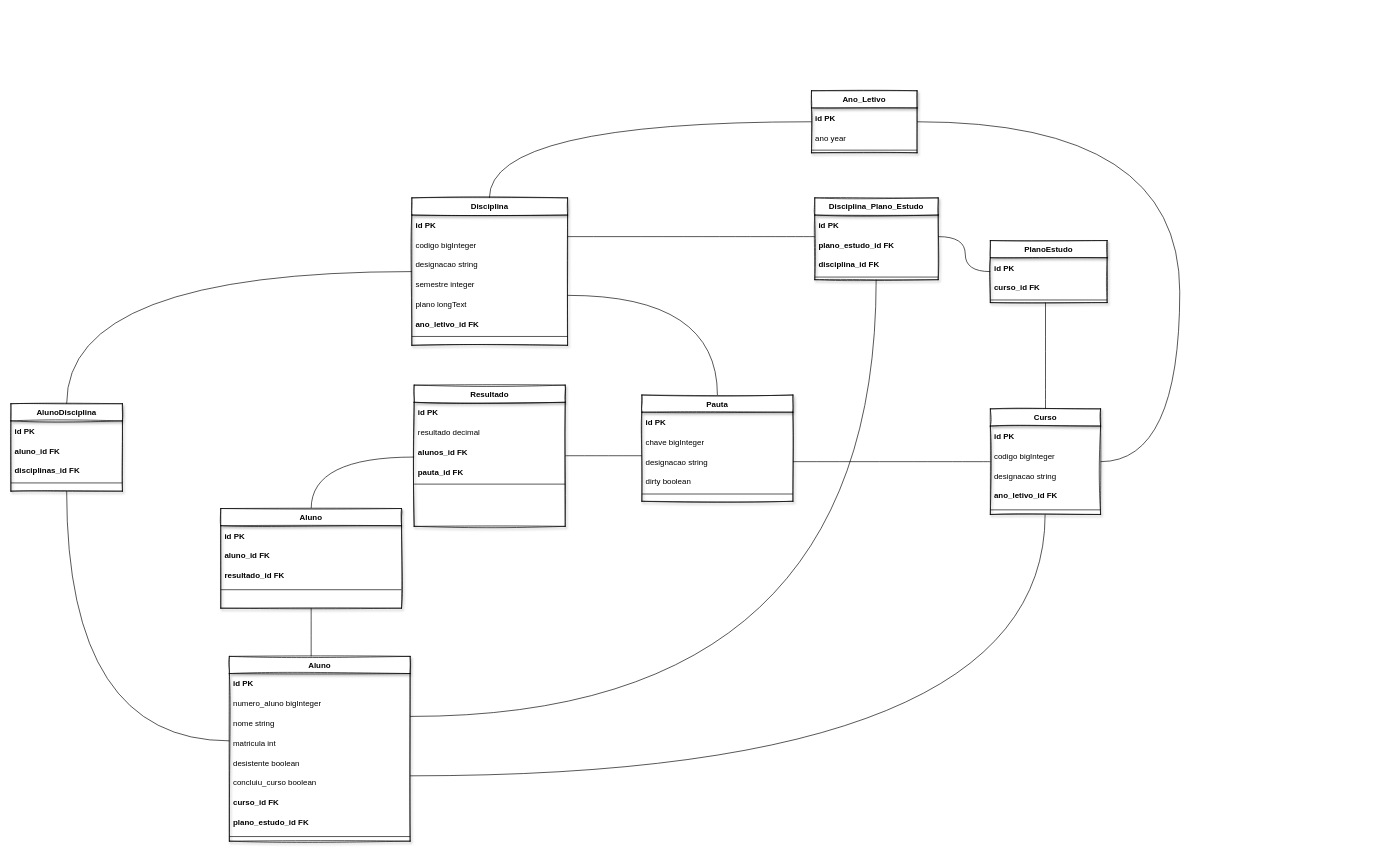
Before: page "DB" (2 of 2) of Docs/Diagrams.drawio in ruimpcastro/pweb2022, a draw.io diagram. Source tidied: cells renumbered, new cells numbered last; positions are measured from the earlier drawing's top-left corner, leaving out a move shared by most shapes. Both pictures are drawn from the tidied source at 66%, with x=0, y=0 at pixel (11, 90).
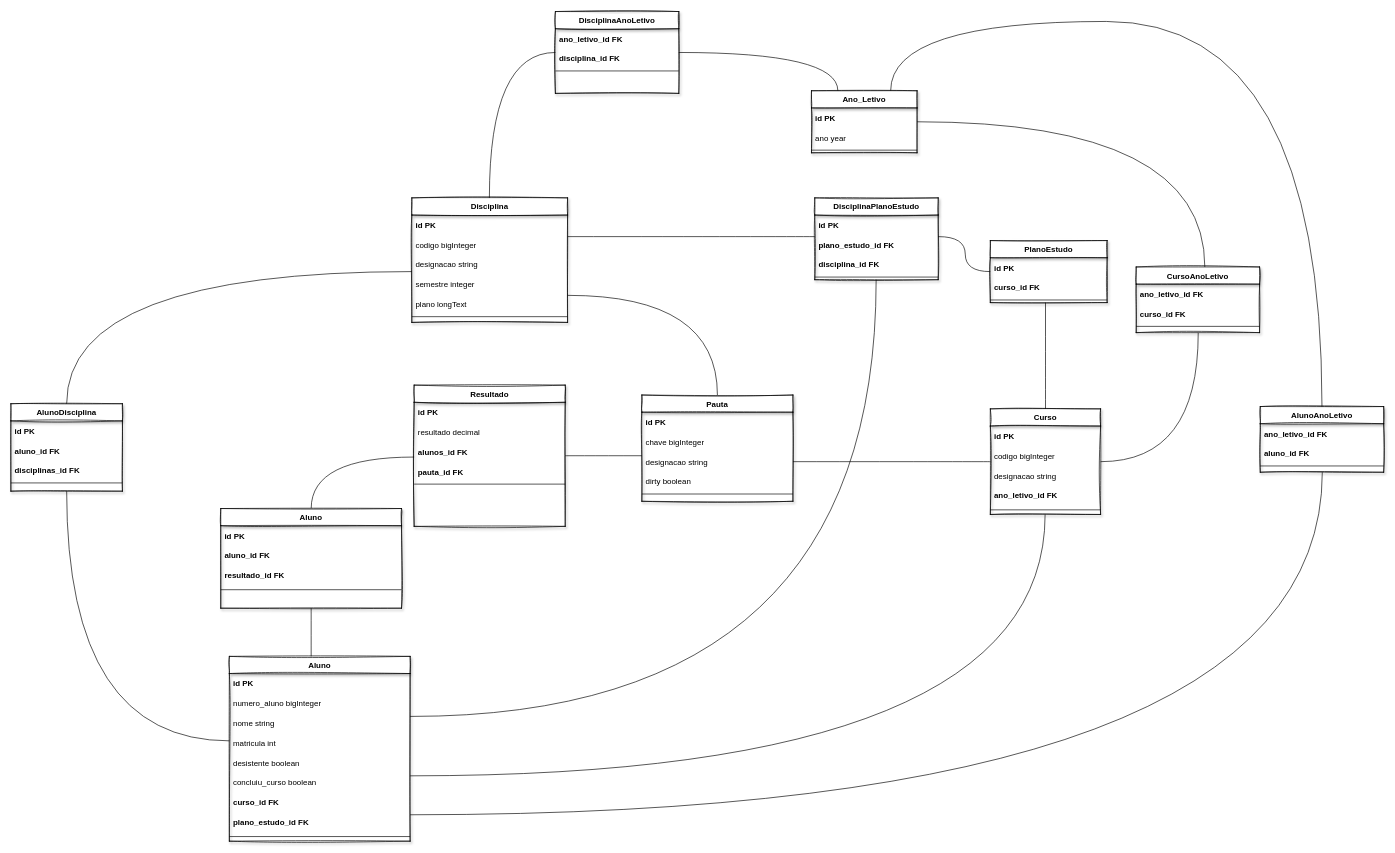
After the change.

Unchanged cells that the change refers to:
```xml
<mxCell id="2" value="Aluno" style="swimlane;fontStyle=1;align=center;verticalAlign=top;horizontal=1;startSize=26;shadow=1;strokeWidth=1;rounded=0;glass=0;sketch=1;" parent="1" vertex="1">
  <mxGeometry x="331" y="857" width="273.9" height="280" as="geometry" />
</mxCell>
<mxCell id="20" value="Curso" style="swimlane;fontStyle=1;align=center;verticalAlign=top;horizontal=1;startSize=26;shadow=1;strokeWidth=1;rounded=0;sketch=1;" parent="1" vertex="1">
  <mxGeometry x="1484" y="482" width="167.1" height="160" as="geometry" />
</mxCell>
<mxCell id="41" value="Ano_Letivo" style="swimlane;fontStyle=1;align=center;verticalAlign=top;horizontal=1;startSize=26;shadow=1;strokeWidth=1;rounded=0;sketch=1;" parent="1" vertex="1">
  <mxGeometry x="1213" width="160" height="94" as="geometry" />
</mxCell>
```

What changed in the source:
```diff
@@
     <mxCell id="12" value="Disciplina" style="swimlane;fontStyle=1;align=center;verticalAlign=top;horizontal=1;startSize=26;shadow=1;strokeWidth=1;rounded=0;sketch=1;" parent="1" vertex="1">
-      <mxGeometry x="607.5" y="162.3" width="236" height="223.4" as="geometry" />
+      <mxGeometry x="607.5" y="162.3" width="236" height="188.7" as="geometry" />
     </mxCell>
@@
-    <mxCell id="18" value="ano_letivo_id FK" style="text;strokeColor=none;fillColor=none;align=left;verticalAlign=middle;spacingLeft=4;spacingRight=4;overflow=hidden;rounded=1;fontStyle=1;" parent="12" vertex="1">
-      <mxGeometry y="176" width="236" height="30" as="geometry" />
-    </mxCell>
     <mxCell id="19" style="line;html=1;strokeWidth=1;align=left;verticalAlign=middle;spacingTop=-1;spacingLeft=3;spacingRight=3;labelPosition=right;rounded=1;" parent="12" vertex="1">
-      <mxGeometry y="206" width="236" height="8" as="geometry" />
+      <mxGeometry y="176" width="236" height="8" as="geometry" />
     </mxCell>
@@
-    <mxCell id="51" value="Disciplina_Plano_Estudo" style="swimlane;fontStyle=1;align=center;verticalAlign=top;horizontal=1;startSize=26;shadow=1;strokeWidth=1;rounded=0;sketch=1;" parent="1" vertex="1">
+    <mxCell id="51" value="DisciplinaPlanoEstudo" style="swimlane;fontStyle=1;align=center;verticalAlign=top;horizontal=1;startSize=26;shadow=1;strokeWidth=1;rounded=0;sketch=1;" parent="1" vertex="1">
       <mxGeometry x="1218" y="162.3" width="187" height="124" as="geometry" />
     </mxCell>
@@
-    <mxCell id="56" style="endArrow=none;html=1;rounded=0;edgeStyle=orthogonalEdgeStyle;curved=1;" parent="1" edge="1" source="41" target="12">
+    <mxCell id="56" style="endArrow=none;html=1;rounded=0;edgeStyle=orthogonalEdgeStyle;curved=1;" parent="1" edge="1" source="75" target="12">
       <mxGeometry relative="1" as="geometry">
         <Array as="points">
-          <mxPoint x="725" y="47" />
+          <mxPoint x="725" y="-58" />
         </Array>
       </mxGeometry>
     </mxCell>
@@
-    <mxCell id="67" style="endArrow=none;html=1;rounded=0;edgeStyle=orthogonalEdgeStyle;curved=1;" parent="1" edge="1" source="20" target="41">
+    <mxCell id="67" style="endArrow=none;html=1;rounded=0;edgeStyle=orthogonalEdgeStyle;curved=1;" parent="1" edge="1" source="20" target="86">
       <mxGeometry relative="1" as="geometry">
         <Array as="points">
-          <mxPoint x="1771" y="562" />
-          <mxPoint x="1771" y="47" />
+          <mxPoint x="1799" y="562" />
         </Array>
       </mxGeometry>
     </mxCell>
@@
+    <mxCell id="75" value="DisciplinaAnoLetivo" style="swimlane;fontStyle=1;align=center;verticalAlign=top;horizontal=1;startSize=26;shadow=1;strokeWidth=1;rounded=0;sketch=1;" parent="1" vertex="1">
+      <mxGeometry x="825" y="-120" width="187" height="124" as="geometry" />
+    </mxCell>
+    <mxCell id="76" value="ano_letivo_id FK" style="text;strokeColor=none;fillColor=none;align=left;verticalAlign=middle;spacingLeft=4;spacingRight=4;overflow=hidden;rounded=1;fontStyle=1;" parent="75" vertex="1">
+      <mxGeometry y="26" width="187" height="30" as="geometry" />
+    </mxCell>
+    <mxCell id="77" value="disciplina_id FK" style="text;strokeColor=none;fillColor=none;align=left;verticalAlign=middle;spacingLeft=4;spacingRight=4;overflow=hidden;rounded=1;fontStyle=1;" parent="75" vertex="1">
+      <mxGeometry y="56" width="187" height="30" as="geometry" />
+    </mxCell>
+    <mxCell id="78" style="line;html=1;strokeWidth=1;align=left;verticalAlign=middle;spacingTop=-1;spacingLeft=3;spacingRight=3;labelPosition=right;rounded=1;" parent="75" vertex="1">
+      <mxGeometry y="86" width="187" height="8" as="geometry" />
+    </mxCell>
+    <mxCell id="79" style="endArrow=none;html=1;rounded=0;edgeStyle=orthogonalEdgeStyle;curved=1;exitX=0.25;exitY=0;exitDx=0;exitDy=0;" parent="1" edge="1" source="41" target="75">
+      <mxGeometry relative="1" as="geometry">
+        <Array as="points">
+          <mxPoint x="1253" y="-58" />
+        </Array>
+      </mxGeometry>
+    </mxCell>
+    <mxCell id="80" value="AlunoAnoLetivo" style="swimlane;fontStyle=1;align=center;verticalAlign=top;horizontal=1;startSize=26;shadow=1;strokeWidth=1;rounded=0;sketch=1;" parent="1" vertex="1">
+      <mxGeometry x="1893" y="478.5" width="187" height="99.5" as="geometry" />
+    </mxCell>
+    <mxCell id="81" value="ano_letivo_id FK" style="text;strokeColor=none;fillColor=none;align=left;verticalAlign=middle;spacingLeft=4;spacingRight=4;overflow=hidden;rounded=1;fontStyle=1;" parent="80" vertex="1">
+      <mxGeometry y="26" width="187" height="30" as="geometry" />
+    </mxCell>
+    <mxCell id="82" value="aluno_id FK" style="text;strokeColor=none;fillColor=none;align=left;verticalAlign=middle;spacingLeft=4;spacingRight=4;overflow=hidden;rounded=1;fontStyle=1;" parent="80" vertex="1">
+      <mxGeometry y="56" width="187" height="30" as="geometry" />
+    </mxCell>
+    <mxCell id="83" style="line;html=1;strokeWidth=1;align=left;verticalAlign=middle;spacingTop=-1;spacingLeft=3;spacingRight=3;labelPosition=right;rounded=1;" parent="80" vertex="1">
+      <mxGeometry y="86" width="187" height="8" as="geometry" />
+    </mxCell>
+    <mxCell id="84" style="endArrow=none;html=1;rounded=0;edgeStyle=orthogonalEdgeStyle;curved=1;exitX=0.5;exitY=0;exitDx=0;exitDy=0;entryX=0.75;entryY=0;entryDx=0;entryDy=0;" parent="1" edge="1" source="80" target="41">
+      <mxGeometry relative="1" as="geometry">
+        <Array as="points">
+          <mxPoint x="1987" y="-105" />
+          <mxPoint x="1333" y="-105" />
+        </Array>
+      </mxGeometry>
+    </mxCell>
+    <mxCell id="85" style="endArrow=none;html=1;rounded=0;edgeStyle=orthogonalEdgeStyle;curved=1;" parent="1" edge="1" source="2" target="80">
+      <mxGeometry relative="1" as="geometry">
+        <Array as="points">
+          <mxPoint x="1987" y="1097" />
+        </Array>
+      </mxGeometry>
+    </mxCell>
+    <mxCell id="86" value="CursoAnoLetivo" style="swimlane;fontStyle=1;align=center;verticalAlign=top;horizontal=1;startSize=26;shadow=1;strokeWidth=1;rounded=0;sketch=1;" parent="1" vertex="1">
+      <mxGeometry x="1705" y="267" width="187" height="99.5" as="geometry" />
+    </mxCell>
+    <mxCell id="87" value="ano_letivo_id FK" style="text;strokeColor=none;fillColor=none;align=left;verticalAlign=middle;spacingLeft=4;spacingRight=4;overflow=hidden;rounded=1;fontStyle=1;" parent="86" vertex="1">
+      <mxGeometry y="26" width="187" height="30" as="geometry" />
+    </mxCell>
+    <mxCell id="88" value="curso_id FK" style="text;strokeColor=none;fillColor=none;align=left;verticalAlign=middle;spacingLeft=4;spacingRight=4;overflow=hidden;rounded=1;fontStyle=1;" parent="86" vertex="1">
+      <mxGeometry y="56" width="187" height="30" as="geometry" />
+    </mxCell>
+    <mxCell id="89" style="line;html=1;strokeWidth=1;align=left;verticalAlign=middle;spacingTop=-1;spacingLeft=3;spacingRight=3;labelPosition=right;rounded=1;" parent="86" vertex="1">
+      <mxGeometry y="86" width="187" height="8" as="geometry" />
+    </mxCell>
+    <mxCell id="90" style="endArrow=none;html=1;rounded=0;edgeStyle=orthogonalEdgeStyle;curved=1;" parent="1" edge="1" source="86" target="41">
+      <mxGeometry relative="1" as="geometry">
+        <Array as="points">
+          <mxPoint x="1809" y="47" />
+        </Array>
+      </mxGeometry>
+    </mxCell>
```
